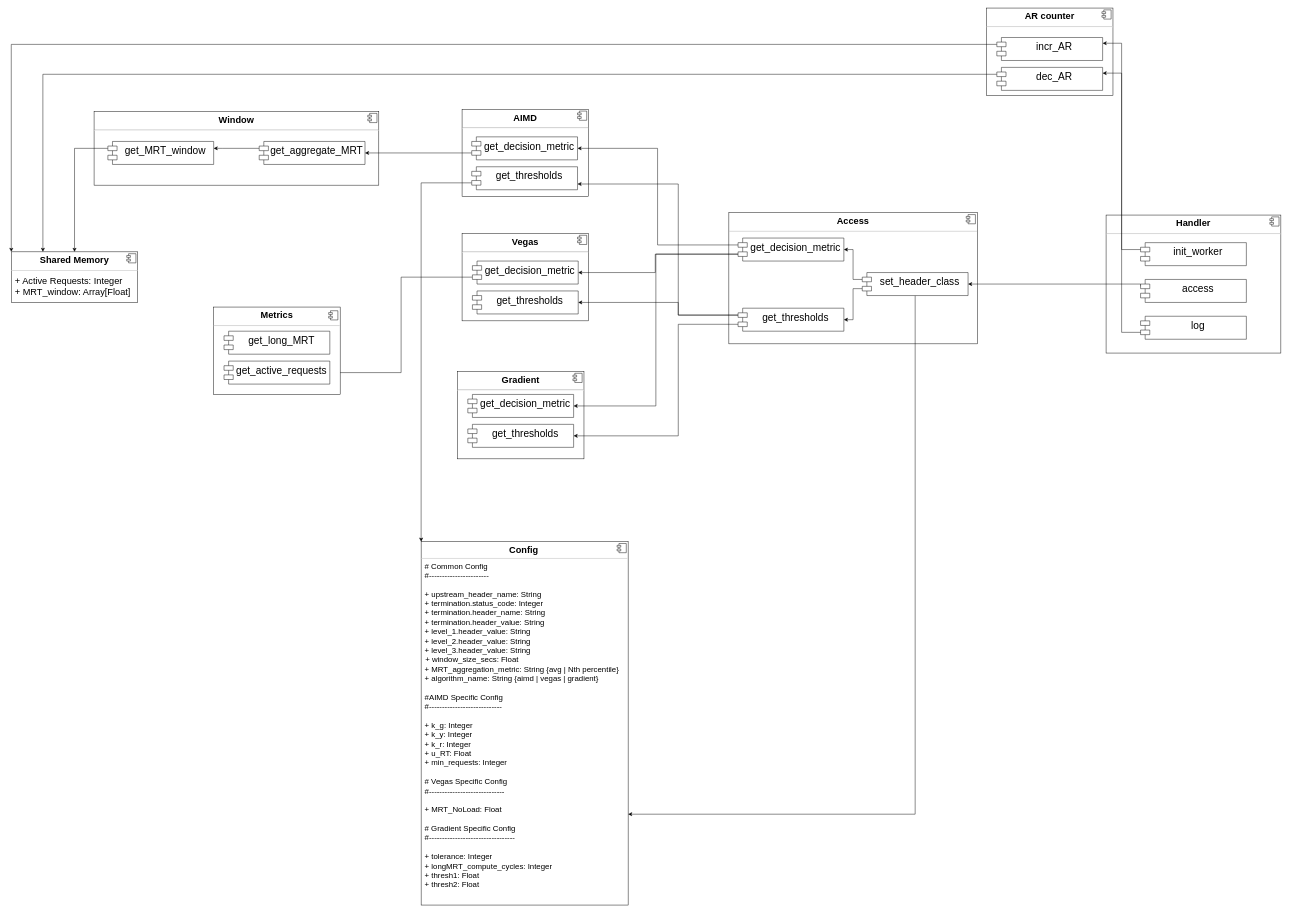
Above: Untitled Diagram.drawio in programmer290399/resources (draw.io), before the change. Source tidied: cells renumbered, new cells numbered last; positions are measured from the earlier drawing's top-left corner, leaving out a move shared by most shapes. Both pictures are drawn from the tidied source at 46%, with x=0, y=0 at pixel (11, 8).
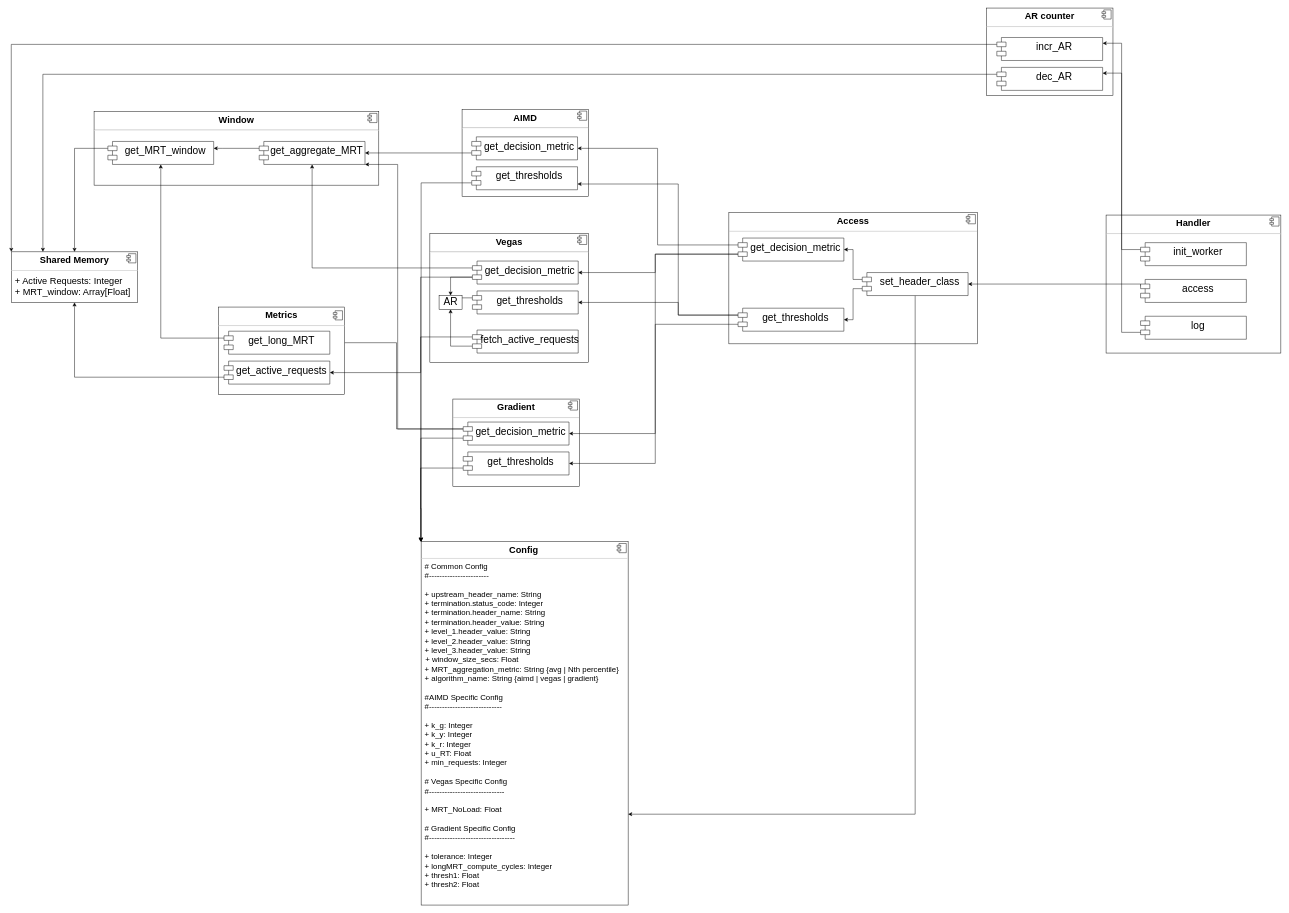
Above is the later version.

Unchanged cells that the change refers to:
```xml
<mxCell id="2" value="&lt;p style=&quot;margin: 0px ; margin-top: 6px ; text-align: center&quot;&gt;&lt;b&gt;&lt;font style=&quot;font-size: 20px&quot;&gt;Config&lt;/font&gt;&lt;span style=&quot;font-size: 13px&quot;&gt;&amp;nbsp;&lt;/span&gt;&lt;/b&gt;&lt;/p&gt;&lt;hr&gt;&lt;p style=&quot;margin: 0px 0px 0px 8px ; font-size: 17px&quot;&gt;&lt;font style=&quot;font-size: 17px&quot;&gt;# Common Config&lt;/font&gt;&lt;/p&gt;&lt;p style=&quot;margin: 0px 0px 0px 8px ; font-size: 17px&quot;&gt;&lt;font style=&quot;font-size: 17px&quot;&gt;#-----------------------&lt;/font&gt;&lt;/p&gt;&lt;p style=&quot;margin: 0px 0px 0px 8px ; font-size: 17px&quot;&gt;&lt;font style=&quot;font-size: 17px&quot;&gt;&lt;br&gt;&lt;/font&gt;&lt;/p&gt;&lt;p style=&quot;margin: 0px 0px 0px 8px ; font-size: 17px&quot;&gt;&lt;font style=&quot;font-size: 17px&quot;&gt;+ upstream_header_name: String&lt;br&gt;+ termination.status_code: Integer&lt;/font&gt;&lt;/p&gt;&lt;p style=&quot;margin: 0px 0px 0px 8px ; font-size: 17px&quot;&gt;&lt;font style=&quot;font-size: 17px&quot;&gt;+&amp;nbsp;termination.header_name: String&lt;/font&gt;&lt;/p&gt;&lt;p style=&quot;margin: 0px 0px 0px 8px ; font-size: 17px&quot;&gt;&lt;font style=&quot;font-size: 17px&quot;&gt;+&amp;nbsp;termination.header_value: String&lt;/font&gt;&lt;/p&gt;&lt;p style=&quot;margin: 0px 0px 0px 8px ; font-size: 17px&quot;&gt;&lt;font style=&quot;font-size: 17px&quot;&gt;+&amp;nbsp;level_1.header_value: String&lt;span&gt;&amp;nbsp;&lt;/span&gt;&lt;/font&gt;&lt;/p&gt;&lt;p style=&quot;margin: 0px 0px 0px 8px ; font-size: 17px&quot;&gt;&lt;font style=&quot;font-size: 17px&quot;&gt;+&amp;nbsp;level_2.header_value: String&lt;span&gt;&amp;nbsp;&lt;/span&gt;&lt;span&gt;&lt;br&gt;&lt;/span&gt;&lt;/font&gt;&lt;/p&gt;&lt;p style=&quot;margin: 0px 0px 0px 8px ; font-size: 17px&quot;&gt;&lt;font style=&quot;font-size: 17px&quot;&gt;+&amp;nbsp;level_3.header_value: String&lt;span&gt;&amp;nbsp;&lt;/span&gt;&lt;span&gt;&lt;br&gt;&lt;/span&gt;&lt;/font&gt;&lt;/p&gt;&lt;font style=&quot;font-size: 17px&quot;&gt;&amp;nbsp;&amp;nbsp;+ window_size_secs: Float&lt;br&gt;&lt;/font&gt;&lt;p style=&quot;margin: 0px 0px 0px 8px ; font-size: 17px&quot;&gt;&lt;font style=&quot;font-size: 17px&quot;&gt;+&amp;nbsp;MRT_aggregation_metric: String {avg | Nth percentile}&lt;br&gt;+ algorithm_name: String {aimd | vegas | gradient}&lt;/font&gt;&lt;/p&gt;&lt;p style=&quot;margin: 0px 0px 0px 8px ; font-size: 17px&quot;&gt;&lt;font style=&quot;font-size: 17px&quot;&gt;&lt;br&gt;&lt;/font&gt;&lt;/p&gt;&lt;p style=&quot;margin: 0px 0px 0px 8px ; font-size: 17px&quot;&gt;&lt;font style=&quot;font-size: 17px&quot;&gt;#AIMD Specific Config&lt;/font&gt;&lt;/p&gt;&lt;p style=&quot;margin: 0px 0px 0px 8px ; font-size: 17px&quot;&gt;&lt;font style=&quot;font-size: 17px&quot;&gt;#----------------------------&lt;/font&gt;&lt;/p&gt;&lt;p style=&quot;margin: 0px 0px 0px 8px ; font-size: 17px&quot;&gt;&lt;font style=&quot;font-size: 17px&quot;&gt;&lt;br&gt;&lt;/font&gt;&lt;/p&gt;&lt;p style=&quot;margin: 0px 0px 0px 8px ; font-size: 17px&quot;&gt;&lt;font style=&quot;font-size: 17px&quot;&gt;+ k_g: Integer&lt;br&gt;&lt;/font&gt;&lt;/p&gt;&lt;p style=&quot;margin: 0px 0px 0px 8px ; font-size: 17px&quot;&gt;&lt;font style=&quot;font-size: 17px&quot;&gt;+&amp;nbsp;k_y: Integer&lt;/font&gt;&lt;/p&gt;&lt;p style=&quot;margin: 0px 0px 0px 8px ; font-size: 17px&quot;&gt;&lt;font style=&quot;font-size: 17px&quot;&gt;+&amp;nbsp;k_r: Integer&lt;/font&gt;&lt;/p&gt;&lt;p style=&quot;margin: 0px 0px 0px 8px ; font-size: 17px&quot;&gt;&lt;font style=&quot;font-size: 17px&quot;&gt;+ u_RT: Float&lt;br&gt;&lt;/font&gt;&lt;/p&gt;&lt;p style=&quot;margin: 0px 0px 0px 8px ; font-size: 17px&quot;&gt;&lt;font style=&quot;font-size: 17px&quot;&gt;+ min_requests: Integer&lt;br&gt;&lt;/font&gt;&lt;/p&gt;&lt;p style=&quot;margin: 0px 0px 0px 8px ; font-size: 17px&quot;&gt;&lt;font style=&quot;font-size: 17px&quot;&gt;&lt;br&gt;&lt;/font&gt;&lt;/p&gt;&lt;p style=&quot;margin: 0px 0px 0px 8px ; font-size: 17px&quot;&gt;&lt;font style=&quot;font-size: 17px&quot;&gt;# Vegas&amp;nbsp;Specific Config&lt;/font&gt;&lt;/p&gt;&lt;p style=&quot;margin: 0px 0px 0px 8px ; font-size: 17px&quot;&gt;&lt;font style=&quot;font-size: 17px&quot;&gt;#-----------------------------&lt;/font&gt;&lt;/p&gt;&lt;p style=&quot;margin: 0px 0px 0px 8px ; font-size: 17px&quot;&gt;&lt;font style=&quot;font-size: 17px&quot;&gt;&lt;br&gt;&lt;/font&gt;&lt;/p&gt;&lt;p style=&quot;margin: 0px 0px 0px 8px ; font-size: 17px&quot;&gt;&lt;font style=&quot;font-size: 17px&quot;&gt;+ MRT_NoLoad: Float&lt;br&gt;&lt;/font&gt;&lt;/p&gt;&lt;p style=&quot;margin: 0px 0px 0px 8px ; font-size: 17px&quot;&gt;&lt;font style=&quot;font-size: 17px&quot;&gt;&lt;br&gt;&lt;/font&gt;&lt;/p&gt;&lt;p style=&quot;margin: 0px 0px 0px 8px ; font-size: 17px&quot;&gt;&lt;font style=&quot;font-size: 17px&quot;&gt;# Gradient Specific Config&lt;/font&gt;&lt;/p&gt;&lt;p style=&quot;margin: 0px 0px 0px 8px ; font-size: 17px&quot;&gt;&lt;font style=&quot;font-size: 17px&quot;&gt;#---------------------------------&lt;/font&gt;&lt;/p&gt;&lt;p style=&quot;margin: 0px 0px 0px 8px ; font-size: 17px&quot;&gt;&lt;font style=&quot;font-size: 17px&quot;&gt;&lt;br&gt;&lt;/font&gt;&lt;/p&gt;&lt;p style=&quot;margin: 0px 0px 0px 8px ; font-size: 17px&quot;&gt;&lt;font style=&quot;font-size: 17px&quot;&gt;+ tolerance: Integer&amp;nbsp;&lt;/font&gt;&lt;/p&gt;&lt;p style=&quot;margin: 0px 0px 0px 8px ; font-size: 17px&quot;&gt;&lt;font style=&quot;font-size: 17px&quot;&gt;+&amp;nbsp;longMRT_compute_cycles: Integer&lt;/font&gt;&lt;/p&gt;&lt;p style=&quot;margin: 0px 0px 0px 8px ; font-size: 17px&quot;&gt;&lt;font style=&quot;font-size: 17px&quot;&gt;+&amp;nbsp;thresh1: Float&amp;nbsp;&lt;/font&gt;&lt;/p&gt;&lt;p style=&quot;margin: 0px 0px 0px 8px ; font-size: 17px&quot;&gt;&lt;font style=&quot;font-size: 17px&quot;&gt;+&amp;nbsp;thresh2: Float&lt;/font&gt;&lt;/p&gt;" style="align=left;overflow=fill;html=1;" parent="1" vertex="1">
  <mxGeometry x="891" y="1160" width="450" height="790" as="geometry" />
</mxCell>
<mxCell id="16" value="&lt;p style=&quot;margin: 0px ; margin-top: 6px ; text-align: center&quot;&gt;&lt;b&gt;Shared Memory&lt;/b&gt;&lt;/p&gt;&lt;hr&gt;&lt;p style=&quot;margin: 0px ; margin-left: 8px&quot;&gt;+ Active Requests: Integer&lt;br&gt;+ MRT_window: Array[Float]&lt;/p&gt;" style="align=left;overflow=fill;html=1;fontSize=20;" parent="1" vertex="1">
  <mxGeometry y="530" width="275" height="110" as="geometry" />
</mxCell>
<mxCell id="27" value="get_decision_metric" style="shape=module;align=left;spacingLeft=20;align=center;verticalAlign=top;fontSize=22;" parent="1" vertex="1">
  <mxGeometry x="1002.5" y="550" width="230" height="50" as="geometry" />
</mxCell>
<mxCell id="28" value="get_thresholds" style="shape=module;align=left;spacingLeft=20;align=center;verticalAlign=top;fontSize=22;" parent="1" vertex="1">
  <mxGeometry x="1002.5" y="615" width="230" height="50" as="geometry" />
</mxCell>
<mxCell id="32" value="get_MRT_window" style="shape=module;align=left;spacingLeft=20;align=center;verticalAlign=top;fontSize=22;" parent="1" vertex="1">
  <mxGeometry x="210" y="290" width="230" height="50" as="geometry" />
</mxCell>
<mxCell id="34" value="get_aggregate_MRT" style="shape=module;align=left;spacingLeft=20;align=center;verticalAlign=top;fontSize=22;" parent="1" vertex="1">
  <mxGeometry x="539" y="290" width="230" height="50" as="geometry" />
</mxCell>
<mxCell id="42" value="get_thresholds" style="shape=module;align=left;spacingLeft=20;align=center;verticalAlign=top;fontSize=22;" parent="1" vertex="1">
  <mxGeometry x="1580" y="652.5" width="230" height="50" as="geometry" />
</mxCell>
<mxCell id="46" value="get_decision_metric" style="shape=module;align=left;spacingLeft=20;align=center;verticalAlign=top;fontSize=22;" parent="1" vertex="1">
  <mxGeometry x="1580" y="500" width="230" height="50" as="geometry" />
</mxCell>
<mxCell id="55" value="get_long_MRT" style="shape=module;align=left;spacingLeft=20;align=center;verticalAlign=top;fontSize=22;" parent="1" vertex="1">
  <mxGeometry x="462.5" y="702.5" width="230" height="50" as="geometry" />
</mxCell>
<mxCell id="56" value="get_active_requests" style="shape=module;align=left;spacingLeft=20;align=center;verticalAlign=top;fontSize=22;" parent="1" vertex="1">
  <mxGeometry x="462.5" y="767.5" width="230" height="50" as="geometry" />
</mxCell>
```

Diff of the diagram source:
```diff
@@
-    <mxCell id="10" value="&lt;p style=&quot;margin: 0px ; margin-top: 6px ; text-align: center&quot;&gt;&lt;b&gt;Vegas&lt;/b&gt;&lt;/p&gt;&lt;hr&gt;&lt;p style=&quot;margin: 0px ; margin-left: 8px&quot;&gt;&lt;br&gt;&lt;/p&gt;" style="align=left;overflow=fill;html=1;fontSize=20;" parent="1" vertex="1">
-      <mxGeometry x="980" y="490" width="275" height="190" as="geometry" />
+    <mxCell id="10" value="&lt;p style=&quot;margin: 0px ; margin-top: 6px ; text-align: center&quot;&gt;&lt;b&gt;Vegas&lt;/b&gt;&lt;/p&gt;&lt;hr&gt;&lt;p style=&quot;margin: 0px ; margin-left: 8px&quot;&gt;&lt;br&gt;&lt;/p&gt;&lt;p style=&quot;margin: 0px ; margin-left: 8px&quot;&gt;&lt;br&gt;&lt;/p&gt;&lt;p style=&quot;margin: 0px ; margin-left: 8px&quot;&gt;&lt;br&gt;&lt;/p&gt;&lt;p style=&quot;margin: 0px ; margin-left: 8px&quot;&gt;&lt;br&gt;&lt;/p&gt;&lt;p style=&quot;margin: 0px ; margin-left: 8px&quot;&gt;&lt;br&gt;&lt;/p&gt;&lt;p style=&quot;margin: 0px ; margin-left: 8px&quot;&gt;&lt;br&gt;&lt;/p&gt;&lt;p style=&quot;margin: 0px ; margin-left: 8px&quot;&gt;&lt;br&gt;&lt;/p&gt;&lt;p style=&quot;margin: 0px ; margin-left: 8px&quot;&gt;&lt;br&gt;&lt;/p&gt;&lt;p style=&quot;margin: 0px ; margin-left: 8px&quot;&gt;&amp;nbsp; &lt;br&gt;&amp;nbsp;&lt;/p&gt;" style="align=left;overflow=fill;html=1;fontSize=20;" parent="1" vertex="1">
+      <mxGeometry x="910" y="490" width="345" height="280" as="geometry" />
     </mxCell>
@@
     <mxCell id="12" value="&lt;p style=&quot;margin: 0px ; margin-top: 6px ; text-align: center&quot;&gt;&lt;b&gt;Gradient&lt;/b&gt;&lt;/p&gt;&lt;hr&gt;&lt;p style=&quot;margin: 0px ; margin-left: 8px&quot;&gt;&lt;br&gt;&lt;/p&gt;" style="align=left;overflow=fill;html=1;fontSize=20;" parent="1" vertex="1">
-      <mxGeometry x="970" y="790" width="275" height="190" as="geometry" />
+      <mxGeometry x="960" y="850" width="275" height="190" as="geometry" />
     </mxCell>
@@
-    <mxCell id="26" style="edgeStyle=orthogonalEdgeStyle;rounded=0;jettySize=auto;html=1;exitX=0;exitY=0;exitDx=0;exitDy=35;exitPerimeter=0;entryX=1;entryY=0.5;entryDx=0;entryDy=0;fontSize=22;" parent="1" edge="1" source="27" target="56">
-      <mxGeometry relative="1" as="geometry" />
-    </mxCell>
+    <mxCell id="59" style="edgeStyle=orthogonalEdgeStyle;rounded=0;jettySize=auto;html=1;exitX=0;exitY=0;exitDx=0;exitDy=15;exitPerimeter=0;fontSize=22;" parent="1" edge="1" source="27" target="34">
+      <mxGeometry relative="1" as="geometry" />
+    </mxCell>
+    <mxCell id="60" style="edgeStyle=orthogonalEdgeStyle;rounded=0;jettySize=auto;html=1;exitX=0;exitY=0;exitDx=0;exitDy=35;exitPerimeter=0;fontSize=22;" parent="1" edge="1" source="27">
+      <mxGeometry relative="1" as="geometry">
+        <mxPoint x="890" y="1160" as="targetPoint" />
+        <Array as="points">
+          <mxPoint x="890" y="585" />
+        </Array>
+      </mxGeometry>
+    </mxCell>
+    <mxCell id="61" style="edgeStyle=orthogonalEdgeStyle;rounded=0;jettySize=auto;html=1;exitX=0;exitY=0;exitDx=0;exitDy=35;exitPerimeter=0;entryX=0.5;entryY=0;entryDx=0;entryDy=0;fontSize=22;" parent="1" edge="1" source="27" target="72">
+      <mxGeometry relative="1" as="geometry" />
+    </mxCell>
@@
+    <mxCell id="62" style="edgeStyle=orthogonalEdgeStyle;rounded=0;jettySize=auto;html=1;exitX=0;exitY=0;exitDx=0;exitDy=15;exitPerimeter=0;entryX=0.75;entryY=0;entryDx=0;entryDy=0;fontSize=22;" parent="1" edge="1" source="28" target="72">
+      <mxGeometry relative="1" as="geometry" />
+    </mxCell>
@@
+    <mxCell id="63" style="edgeStyle=orthogonalEdgeStyle;rounded=0;jettySize=auto;html=1;exitX=0;exitY=0;exitDx=0;exitDy=35;exitPerimeter=0;fontSize=22;" parent="1" edge="1" source="29">
+      <mxGeometry relative="1" as="geometry">
+        <mxPoint x="890" y="1160" as="targetPoint" />
+      </mxGeometry>
+    </mxCell>
+    <mxCell id="64" style="edgeStyle=orthogonalEdgeStyle;rounded=0;jettySize=auto;html=1;exitX=0;exitY=0;exitDx=0;exitDy=15;exitPerimeter=0;entryX=1;entryY=0.5;entryDx=0;entryDy=0;fontSize=22;" parent="1" edge="1" source="29" target="55">
+      <mxGeometry relative="1" as="geometry" />
+    </mxCell>
+    <mxCell id="65" style="edgeStyle=orthogonalEdgeStyle;rounded=0;jettySize=auto;html=1;exitX=0;exitY=0;exitDx=0;exitDy=15;exitPerimeter=0;entryX=1;entryY=1;entryDx=0;entryDy=0;fontSize=22;" parent="1" edge="1" source="29" target="34">
+      <mxGeometry relative="1" as="geometry">
+        <Array as="points">
+          <mxPoint x="840" y="915" />
+          <mxPoint x="840" y="340" />
+        </Array>
+      </mxGeometry>
+    </mxCell>
     <mxCell id="29" value="get_decision_metric" style="shape=module;align=left;spacingLeft=20;align=center;verticalAlign=top;fontSize=22;" parent="1" vertex="1">
-      <mxGeometry x="992.5" y="840" width="230" height="50" as="geometry" />
+      <mxGeometry x="982.5" y="900" width="230" height="50" as="geometry" />
     </mxCell>
+    <mxCell id="66" style="edgeStyle=orthogonalEdgeStyle;rounded=0;jettySize=auto;html=1;exitX=0;exitY=0;exitDx=0;exitDy=35;exitPerimeter=0;fontSize=22;entryX=0;entryY=0;entryDx=0;entryDy=0;" parent="1" edge="1" source="30" target="2">
+      <mxGeometry relative="1" as="geometry">
+        <Array as="points">
+          <mxPoint x="890" y="1000" />
+          <mxPoint x="890" y="1088" />
+        </Array>
+      </mxGeometry>
+    </mxCell>
     <mxCell id="30" value="get_thresholds" style="shape=module;align=left;spacingLeft=20;align=center;verticalAlign=top;fontSize=22;" parent="1" vertex="1">
-      <mxGeometry x="992.5" y="905" width="230" height="50" as="geometry" />
+      <mxGeometry x="982.5" y="965" width="230" height="50" as="geometry" />
     </mxCell>
@@
+    <mxCell id="41" style="edgeStyle=orthogonalEdgeStyle;rounded=0;jettySize=auto;html=1;exitX=0;exitY=0;exitDx=0;exitDy=15;exitPerimeter=0;entryX=1;entryY=0.5;entryDx=0;entryDy=0;fontSize=22;" parent="1" edge="1" source="42" target="28">
+      <mxGeometry relative="1" as="geometry">
+        <Array as="points">
+          <mxPoint x="1450" y="667" />
+          <mxPoint x="1450" y="640" />
+        </Array>
+      </mxGeometry>
+    </mxCell>
     <mxCell id="40" style="edgeStyle=orthogonalEdgeStyle;rounded=0;jettySize=auto;html=1;exitX=0;exitY=0;exitDx=0;exitDy=35;exitPerimeter=0;entryX=1;entryY=0.5;entryDx=0;entryDy=0;fontSize=22;" parent="1" edge="1" source="42" target="30">
       <mxGeometry relative="1" as="geometry">
         <Array as="points">
-          <mxPoint x="1450" y="687" />
-          <mxPoint x="1450" y="930" />
+          <mxPoint x="1400" y="687" />
+          <mxPoint x="1400" y="990" />
         </Array>
       </mxGeometry>
     </mxCell>
-    <mxCell id="41" style="edgeStyle=orthogonalEdgeStyle;rounded=0;jettySize=auto;html=1;exitX=0;exitY=0;exitDx=0;exitDy=15;exitPerimeter=0;entryX=1;entryY=0.5;entryDx=0;entryDy=0;fontSize=22;" parent="1" edge="1" source="42" target="28">
-      <mxGeometry relative="1" as="geometry">
-        <Array as="points">
-          <mxPoint x="1450" y="667" />
-          <mxPoint x="1450" y="640" />
-        </Array>
-      </mxGeometry>
-    </mxCell>
@@
+    <mxCell id="45" style="edgeStyle=orthogonalEdgeStyle;rounded=0;jettySize=auto;html=1;exitX=0;exitY=0;exitDx=0;exitDy=35;exitPerimeter=0;fontSize=22;" parent="1" edge="1" source="46" target="27">
+      <mxGeometry relative="1" as="geometry">
+        <Array as="points">
+          <mxPoint x="1400" y="535" />
+          <mxPoint x="1400" y="575" />
+        </Array>
+      </mxGeometry>
+    </mxCell>
     <mxCell id="44" style="edgeStyle=orthogonalEdgeStyle;rounded=0;jettySize=auto;html=1;exitX=0;exitY=0;exitDx=0;exitDy=35;exitPerimeter=0;entryX=1;entryY=0.5;entryDx=0;entryDy=0;fontSize=22;" parent="1" edge="1" source="46" target="29">
-      <mxGeometry relative="1" as="geometry" />
+      <mxGeometry relative="1" as="geometry">
+        <Array as="points">
+          <mxPoint x="1400" y="535" />
+          <mxPoint x="1400" y="925" />
+        </Array>
+      </mxGeometry>
     </mxCell>
-    <mxCell id="45" style="edgeStyle=orthogonalEdgeStyle;rounded=0;jettySize=auto;html=1;exitX=0;exitY=0;exitDx=0;exitDy=35;exitPerimeter=0;fontSize=22;" parent="1" edge="1" source="46" target="27">
-      <mxGeometry relative="1" as="geometry">
-        <Array as="points">
-          <mxPoint x="1400" y="535" />
-          <mxPoint x="1400" y="575" />
-        </Array>
-      </mxGeometry>
-    </mxCell>
@@
     <mxCell id="53" value="&lt;p style=&quot;margin: 0px ; margin-top: 6px ; text-align: center&quot;&gt;&lt;b&gt;Metrics&lt;/b&gt;&lt;/p&gt;&lt;hr&gt;&lt;p style=&quot;margin: 0px ; margin-left: 8px&quot;&gt;&lt;br&gt;&lt;/p&gt;" style="align=left;overflow=fill;html=1;fontSize=20;" parent="1" vertex="1">
-      <mxGeometry x="440" y="650" width="275" height="190" as="geometry" />
+      <mxGeometry x="450" y="650" width="275" height="190" as="geometry" />
     </mxCell>
@@
+    <mxCell id="67" style="edgeStyle=orthogonalEdgeStyle;rounded=0;jettySize=auto;html=1;exitX=0;exitY=0;exitDx=0;exitDy=15;exitPerimeter=0;entryX=0.5;entryY=1;entryDx=0;entryDy=0;fontSize=22;" parent="1" edge="1" source="55" target="32">
+      <mxGeometry relative="1" as="geometry" />
+    </mxCell>
@@
+    <mxCell id="68" style="edgeStyle=orthogonalEdgeStyle;rounded=0;jettySize=auto;html=1;exitX=0;exitY=0;exitDx=0;exitDy=35;exitPerimeter=0;entryX=0.5;entryY=1;entryDx=0;entryDy=0;fontSize=22;" parent="1" edge="1" source="56" target="16">
+      <mxGeometry relative="1" as="geometry" />
+    </mxCell>
@@
+    <mxCell id="69" style="edgeStyle=orthogonalEdgeStyle;rounded=0;jettySize=auto;html=1;exitX=0;exitY=0;exitDx=0;exitDy=15;exitPerimeter=0;entryX=1;entryY=0.5;entryDx=0;entryDy=0;fontSize=22;" parent="1" edge="1" source="71" target="56">
+      <mxGeometry relative="1" as="geometry">
+        <Array as="points">
+          <mxPoint x="890" y="715" />
+          <mxPoint x="890" y="792" />
+        </Array>
+      </mxGeometry>
+    </mxCell>
+    <mxCell id="70" style="edgeStyle=orthogonalEdgeStyle;rounded=0;jettySize=auto;html=1;exitX=0;exitY=0;exitDx=0;exitDy=35;exitPerimeter=0;entryX=0.5;entryY=1;entryDx=0;entryDy=0;fontSize=22;" parent="1" edge="1" source="71" target="72">
+      <mxGeometry relative="1" as="geometry" />
+    </mxCell>
+    <mxCell id="71" value="fetch_active_requests" style="shape=module;align=left;spacingLeft=20;align=center;verticalAlign=top;fontSize=22;" parent="1" vertex="1">
+      <mxGeometry x="1002.5" y="700" width="230" height="50" as="geometry" />
+    </mxCell>
+    <mxCell id="72" value="AR" style="html=1;fontSize=22;" parent="1" vertex="1">
+      <mxGeometry x="930" y="625" width="50" height="30" as="geometry" />
+    </mxCell>
```
